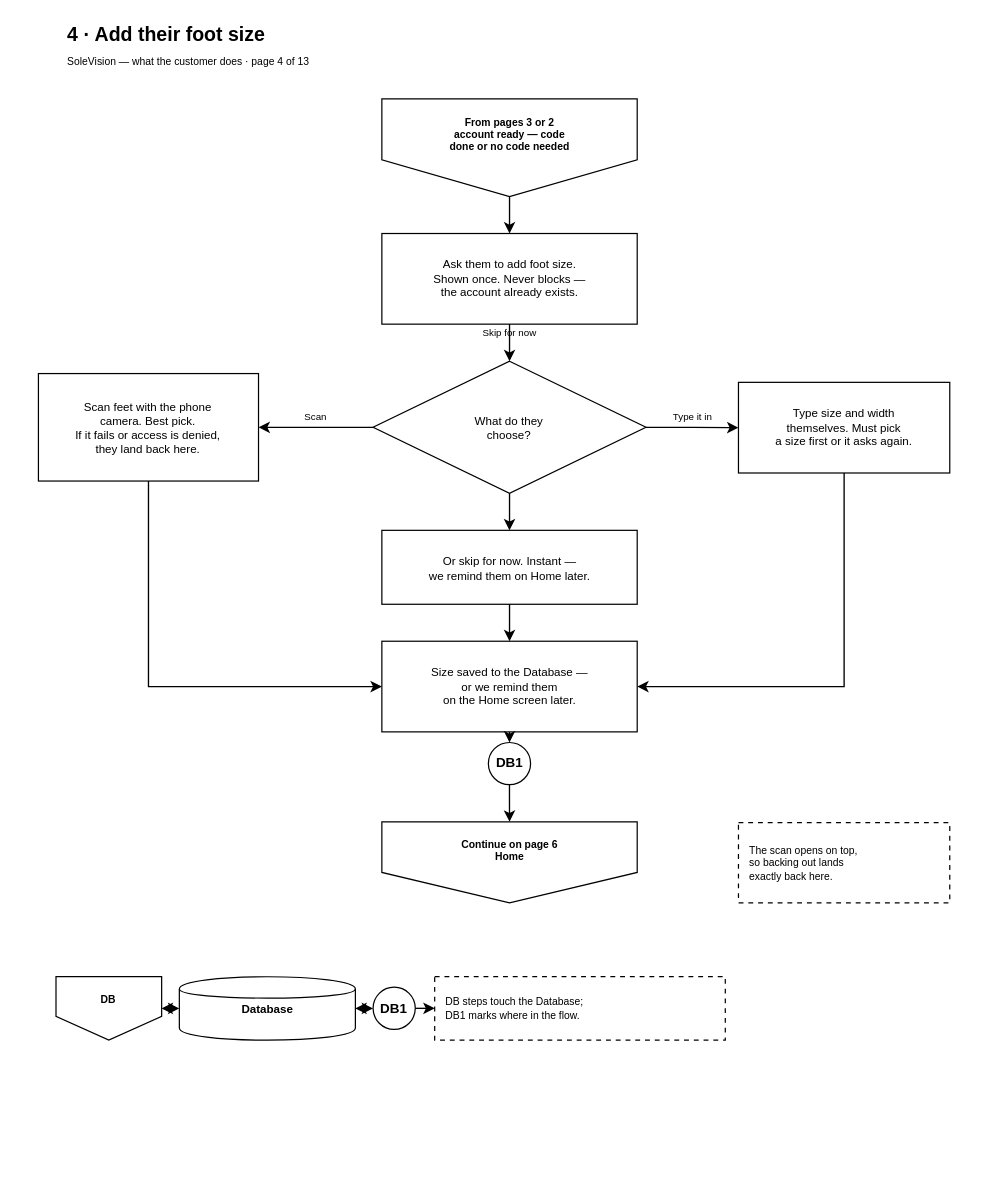
The draw.io diagram page "4 Add their foot size" (4 of 14) of docs/diagrams/customer-journey-flowchart.drawio in kibs06/CUF, before the edit. Source tidied: cells renumbered, new cells numbered last; positions are measured from the earlier drawing's top-left corner, leaving out a move shared by most shapes. Both pictures are drawn from the tidied source at 122%, with x=0, y=0 at pixel (38, 21).
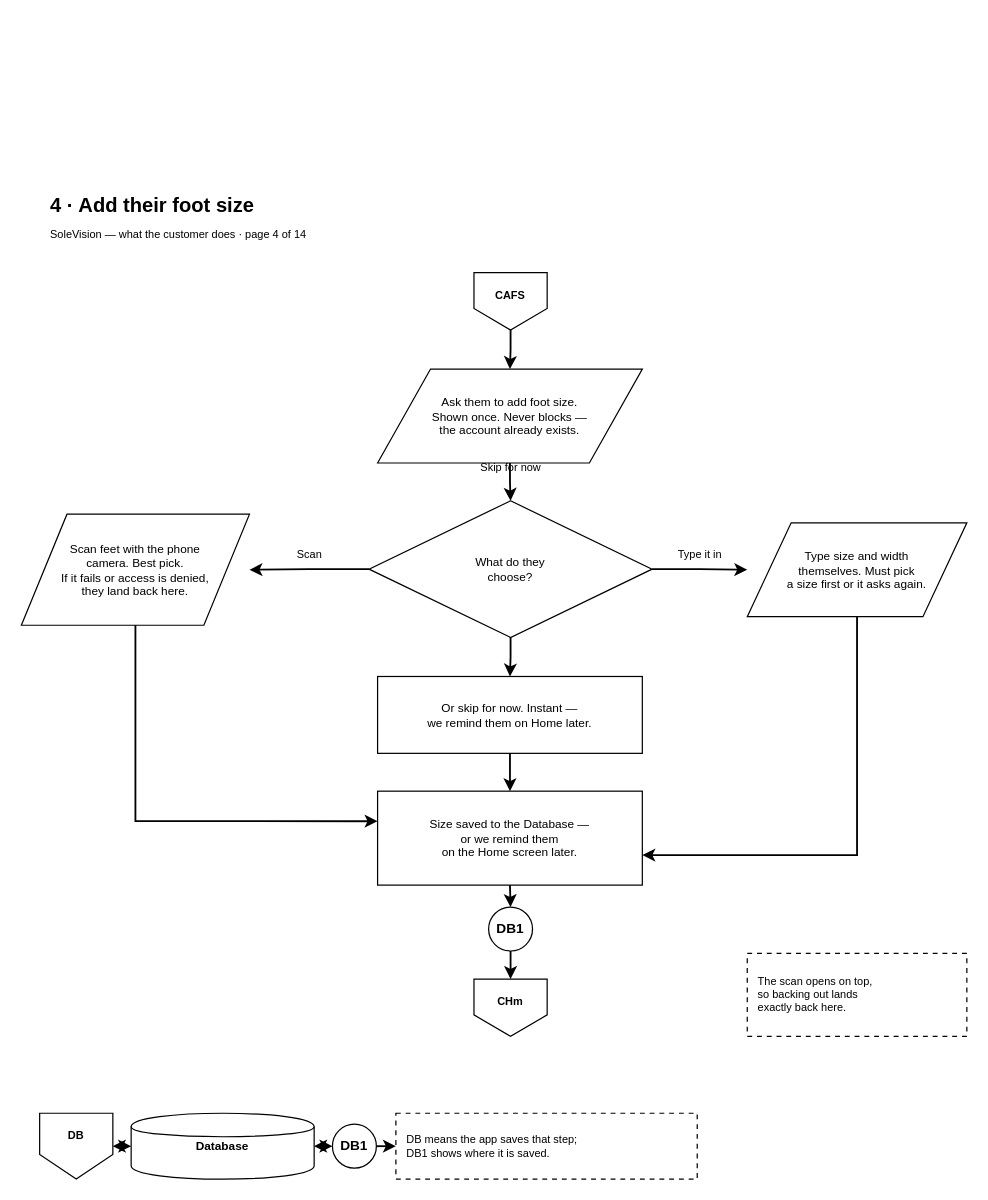
Above is the later version.

Diff of the diagram source:
```diff
@@
-    <mxCell id="2" value="From pages 3 or 2&lt;br&gt;account ready — code&lt;br&gt;done or no code needed" style="shape=offPageConnector;whiteSpace=wrap;html=1;fillColor=none;strokeColor=light-dark(#000000,#FFFFFF);fontColor=light-dark(#000000,#FFFFFF);fontSize=8.5;fontStyle=1;verticalAlign=top;spacingTop=7.2;perimeter=rectanglePerimeter;" parent="1" vertex="1">
-      <mxGeometry x="281.5" y="63.5" width="209.3" height="80.1" as="geometry" />
+    <mxCell id="2" value="CAFS" style="shape=offPageConnector;whiteSpace=wrap;html=1;fillColor=none;strokeColor=light-dark(#000000,#FFFFFF);fontColor=light-dark(#000000,#FFFFFF);fontSize=9;fontStyle=1;verticalAlign=top;spacingTop=7.5;perimeter=rectanglePerimeter;" parent="1" vertex="1">
+      <mxGeometry x="357" y="206" width="60" height="47" as="geometry" />
     </mxCell>
-    <mxCell id="3" value="Ask them to add foot size.&lt;br&gt;Shown once. Never blocks —&lt;br&gt;the account already exists." style="rounded=0;whiteSpace=wrap;html=1;fillColor=none;strokeColor=light-dark(#000000,#FFFFFF);fontColor=light-dark(#000000,#FFFFFF);fontSize=9.5;" parent="1" vertex="1">
-      <mxGeometry x="281.5" y="173.9" width="209.3" height="74.3" as="geometry" />
+    <mxCell id="3" value="Ask them to add foot size.&lt;br&gt;Shown once. Never blocks —&lt;br&gt;the account already exists." style="shape=parallelogram;whiteSpace=wrap;html=1;fillColor=none;strokeColor=light-dark(#000000,#FFFFFF);fontColor=light-dark(#000000,#FFFFFF);fontSize=9.7;perimeter=parallelogramPerimeter;" parent="1" vertex="1">
+      <mxGeometry x="278" y="285" width="217" height="77" as="geometry" />
     </mxCell>
-    <mxCell id="4" value="What do they&lt;br&gt;choose?" style="rhombus;whiteSpace=wrap;html=1;fillColor=none;strokeColor=light-dark(#000000,#FFFFFF);fontColor=light-dark(#000000,#FFFFFF);fontSize=9.5;perimeter=rhombusPerimeter;" parent="1" vertex="1">
-      <mxGeometry x="274.3" y="278.6" width="223.7" height="108.3" as="geometry" />
+    <mxCell id="4" value="What do they&lt;br&gt;choose?" style="rhombus;whiteSpace=wrap;html=1;fillColor=none;strokeColor=light-dark(#000000,#FFFFFF);fontColor=light-dark(#000000,#FFFFFF);fontSize=9.7;perimeter=rhombusPerimeter;" parent="1" vertex="1">
+      <mxGeometry x="271" y="393" width="232" height="112" as="geometry" />
     </mxCell>
-    <mxCell id="5" value="Scan feet with the phone&lt;br&gt;camera. Best pick.&lt;br&gt;If it fails or access is denied,&lt;br&gt;they land back here." style="rounded=0;whiteSpace=wrap;html=1;fillColor=none;strokeColor=light-dark(#000000,#FFFFFF);fontColor=light-dark(#000000,#FFFFFF);fontSize=9.5;" parent="1" vertex="1">
-      <mxGeometry y="288.7" width="180.4" height="88.1" as="geometry" />
+    <mxCell id="5" value="Scan feet with the phone&lt;br&gt;camera. Best pick.&lt;br&gt;If it fails or access is denied,&lt;br&gt;they land back here." style="shape=parallelogram;whiteSpace=wrap;html=1;fillColor=none;strokeColor=light-dark(#000000,#FFFFFF);fontColor=light-dark(#000000,#FFFFFF);fontSize=9.7;perimeter=parallelogramPerimeter;" parent="1" vertex="1">
+      <mxGeometry x="-14" y="404" width="187" height="91" as="geometry" />
     </mxCell>
-    <mxCell id="6" value="Type size and width&lt;br&gt;themselves. Must pick&lt;br&gt;a size first or it asks again." style="rounded=0;whiteSpace=wrap;html=1;fillColor=none;strokeColor=light-dark(#000000,#FFFFFF);fontColor=light-dark(#000000,#FFFFFF);fontSize=9.5;" parent="1" vertex="1">
-      <mxGeometry x="573.8" y="295.9" width="173.2" height="74.3" as="geometry" />
+    <mxCell id="6" value="Type size and width&lt;br&gt;themselves. Must pick&lt;br&gt;a size first or it asks again." style="shape=parallelogram;whiteSpace=wrap;html=1;fillColor=none;strokeColor=light-dark(#000000,#FFFFFF);fontColor=light-dark(#000000,#FFFFFF);fontSize=9.7;perimeter=parallelogramPerimeter;" parent="1" vertex="1">
+      <mxGeometry x="581" y="411" width="180" height="77" as="geometry" />
     </mxCell>
-    <mxCell id="7" value="Or skip for now. Instant —&lt;br&gt;we remind them on Home later." style="rounded=0;whiteSpace=wrap;html=1;fillColor=none;strokeColor=light-dark(#000000,#FFFFFF);fontColor=light-dark(#000000,#FFFFFF);fontSize=9.5;" parent="1" vertex="1">
-      <mxGeometry x="281.5" y="417.2" width="209.3" height="60.6" as="geometry" />
+    <mxCell id="7" value="Or skip for now. Instant —&lt;br&gt;we remind them on Home later." style="rounded=0;whiteSpace=wrap;html=1;fillColor=none;strokeColor=light-dark(#000000,#FFFFFF);fontColor=light-dark(#000000,#FFFFFF);fontSize=9.7;" parent="1" vertex="1">
+      <mxGeometry x="278" y="537" width="217" height="63" as="geometry" />
     </mxCell>
-    <mxCell id="8" value="Size saved to the Database —&lt;br&gt;or we remind them&lt;br&gt;on the Home screen later." style="rounded=0;whiteSpace=wrap;html=1;fillColor=none;strokeColor=light-dark(#000000,#FFFFFF);fontColor=light-dark(#000000,#FFFFFF);fontSize=9.5;" parent="1" vertex="1">
-      <mxGeometry x="281.5" y="508.1" width="209.3" height="74.3" as="geometry" />
+    <mxCell id="8" value="Size saved to the Database —&lt;br&gt;or we remind them&lt;br&gt;on the Home screen later." style="rounded=0;whiteSpace=wrap;html=1;fillColor=none;strokeColor=light-dark(#000000,#FFFFFF);fontColor=light-dark(#000000,#FFFFFF);fontSize=9.7;" parent="1" vertex="1">
+      <mxGeometry x="278" y="631" width="217" height="77" as="geometry" />
     </mxCell>
-    <mxCell id="9" value="DB1" style="ellipse;whiteSpace=wrap;html=1;fillColor=none;strokeColor=light-dark(#000000,#FFFFFF);fontColor=light-dark(#000000,#FFFFFF);fontSize=11;fontStyle=1;perimeter=ellipsePerimeter;" parent="1" vertex="1">
-      <mxGeometry x="368.8" y="591.1" width="34.6" height="34.6" as="geometry" />
+    <mxCell id="9" value="DB1" style="ellipse;whiteSpace=wrap;html=1;fillColor=none;strokeColor=light-dark(#000000,#FFFFFF);fontColor=light-dark(#000000,#FFFFFF);fontSize=11.2;fontStyle=1;perimeter=ellipsePerimeter;" parent="1" vertex="1">
+      <mxGeometry x="369" y="726" width="36" height="36" as="geometry" />
     </mxCell>
-    <mxCell id="10" value="Continue on page 6&lt;br&gt;Home" style="shape=offPageConnector;whiteSpace=wrap;html=1;fillColor=none;strokeColor=light-dark(#000000,#FFFFFF);fontColor=light-dark(#000000,#FFFFFF);fontSize=8.5;fontStyle=1;verticalAlign=top;spacingTop=7.2;perimeter=rectanglePerimeter;" parent="1" vertex="1">
-      <mxGeometry x="281.5" y="656.1" width="209.3" height="66.4" as="geometry" />
+    <mxCell id="10" value="CHm" style="shape=offPageConnector;whiteSpace=wrap;html=1;fillColor=none;strokeColor=light-dark(#000000,#FFFFFF);fontColor=light-dark(#000000,#FFFFFF);fontSize=9;fontStyle=1;verticalAlign=top;spacingTop=7.5;perimeter=rectanglePerimeter;" parent="1" vertex="1">
+      <mxGeometry x="357" y="785" width="60" height="47" as="geometry" />
     </mxCell>
-    <mxCell id="11" value="The scan opens on top,&lt;br&gt;so backing out lands&lt;br&gt;exactly back here." style="rounded=0;whiteSpace=wrap;html=1;dashed=1;dashPattern=4 4;fillColor=none;strokeColor=light-dark(#000000,#FFFFFF);fontColor=light-dark(#000000,#FFFFFF);fontSize=8.5;align=left;verticalAlign=middle;spacingLeft=7.2;spacingRight=7.2;" parent="1" vertex="1">
-      <mxGeometry x="573.8" y="656.8" width="173.2" height="65.7" as="geometry" />
+    <mxCell id="11" value="The scan opens on top,&lt;br&gt;so backing out lands&lt;br&gt;exactly back here." style="rounded=0;whiteSpace=wrap;html=1;dashed=1;dashPattern=4 4;fillColor=none;strokeColor=light-dark(#000000,#FFFFFF);fontColor=light-dark(#000000,#FFFFFF);fontSize=9;align=left;verticalAlign=middle;spacingLeft=7.5;spacingRight=7.5;" parent="1" vertex="1">
+      <mxGeometry x="581" y="764" width="180" height="68" as="geometry" />
     </mxCell>
-    <mxCell id="12" value="DB" style="shape=offPageConnector;whiteSpace=wrap;html=1;fillColor=none;strokeColor=light-dark(#000000,#FFFFFF);fontColor=light-dark(#000000,#FFFFFF);fontSize=8.5;fontStyle=1;verticalAlign=top;spacingTop=7.2;perimeter=rectanglePerimeter;" parent="1" vertex="1">
-      <mxGeometry x="14.4" y="783.1" width="86.6" height="52" as="geometry" />
+    <mxCell id="12" value="DB" style="shape=offPageConnector;whiteSpace=wrap;html=1;fillColor=none;strokeColor=light-dark(#000000,#FFFFFF);fontColor=light-dark(#000000,#FFFFFF);fontSize=9;fontStyle=1;verticalAlign=top;spacingTop=7.5;perimeter=rectanglePerimeter;" parent="1" vertex="1">
+      <mxGeometry x="1" y="895" width="60" height="54" as="geometry" />
     </mxCell>
-    <mxCell id="13" value="Database" style="shape=cylinder;whiteSpace=wrap;html=1;fillColor=none;strokeColor=light-dark(#000000,#FFFFFF);fontColor=light-dark(#000000,#FFFFFF);fontSize=9.5;fontStyle=1;" parent="1" vertex="1">
-      <mxGeometry x="115.5" y="783.1" width="144.3" height="52" as="geometry" />
+    <mxCell id="13" value="Database" style="shape=cylinder;whiteSpace=wrap;html=1;fillColor=none;strokeColor=light-dark(#000000,#FFFFFF);fontColor=light-dark(#000000,#FFFFFF);fontSize=9.7;fontStyle=1;" parent="1" vertex="1">
+      <mxGeometry x="76" y="895" width="150" height="54" as="geometry" />
     </mxCell>
-    <mxCell id="14" value="DB1" style="ellipse;whiteSpace=wrap;html=1;fillColor=none;strokeColor=light-dark(#000000,#FFFFFF);fontColor=light-dark(#000000,#FFFFFF);fontSize=11;fontStyle=1;perimeter=ellipsePerimeter;" parent="1" vertex="1">
-      <mxGeometry x="274.3" y="791.7" width="34.6" height="34.6" as="geometry" />
+    <mxCell id="14" value="DB1" style="ellipse;whiteSpace=wrap;html=1;fillColor=none;strokeColor=light-dark(#000000,#FFFFFF);fontColor=light-dark(#000000,#FFFFFF);fontSize=11.2;fontStyle=1;perimeter=ellipsePerimeter;" parent="1" vertex="1">
+      <mxGeometry x="241" y="904" width="36" height="36" as="geometry" />
     </mxCell>
-    <mxCell id="15" value="DB steps touch the Database;&lt;br&gt;DB1 marks where in the flow." style="rounded=0;whiteSpace=wrap;html=1;dashed=1;dashPattern=4 4;fillColor=none;strokeColor=light-dark(#000000,#FFFFFF);fontColor=light-dark(#000000,#FFFFFF);fontSize=8.5;align=left;verticalAlign=middle;spacingLeft=7.2;spacingRight=7.2;" parent="1" vertex="1">
-      <mxGeometry x="324.8" y="783.1" width="238.2" height="52" as="geometry" />
+    <mxCell id="15" value="DB means the app saves that step;&lt;br&gt;DB1 shows where it is saved." style="rounded=0;whiteSpace=wrap;html=1;dashed=1;dashPattern=4 4;fillColor=none;strokeColor=light-dark(#000000,#FFFFFF);fontColor=light-dark(#000000,#FFFFFF);fontSize=9;align=left;verticalAlign=middle;spacingLeft=7.5;spacingRight=7.5;" parent="1" vertex="1">
+      <mxGeometry x="293" y="895" width="247" height="54" as="geometry" />
     </mxCell>
-    <mxCell id="16" value="4 · Add their foot size" style="text;html=1;fontSize=16;fontStyle=1;align=left;verticalAlign=middle;fontColor=light-dark(#000000,#FFFFFF);" parent="1" vertex="1">
-      <mxGeometry x="21.7" width="505.2" height="21.7" as="geometry" />
+    <mxCell id="16" value="4 · Add their foot size" style="text;html=1;fontSize=16.5;fontStyle=1;align=left;verticalAlign=middle;fontColor=light-dark(#000000,#FFFFFF);" parent="1" vertex="1">
+      <mxGeometry x="8" y="140" width="524" height="22" as="geometry" />
     </mxCell>
-    <mxCell id="17" value="SoleVision — what the customer does · page 4 of 13" style="text;html=1;fontSize=8.5;align=left;verticalAlign=middle;fontColor=light-dark(#000000,#FFFFFF);" parent="1" vertex="1">
-      <mxGeometry x="21.7" y="24.5" width="505.2" height="17.3" as="geometry" />
+    <mxCell id="17" value="SoleVision — what the customer does · page 4 of 14" style="text;html=1;fontSize=9;align=left;verticalAlign=middle;fontColor=light-dark(#000000,#FFFFFF);" parent="1" vertex="1">
+      <mxGeometry x="8" y="166" width="524" height="18" as="geometry" />
     </mxCell>
-    <mxCell id="18" style="edgeStyle=orthogonalEdgeStyle;rounded=0;html=1;endArrow=classic;endFill=1;strokeColor=light-dark(#000000,#FFFFFF);strokeWidth=1.1;fontSize=8;fontColor=light-dark(#000000,#FFFFFF);labelBackgroundColor=none;exitX=0.5;exitY=1;exitPerimeter=0;entryX=0.5;entryY=0;entryPerimeter=0;" parent="1" edge="1" source="2" target="3">
+    <mxCell id="18" style="edgeStyle=orthogonalEdgeStyle;rounded=0;html=1;endArrow=classic;endFill=1;strokeColor=light-dark(#000000,#FFFFFF);strokeWidth=1.5;fontSize=9;fontColor=light-dark(#000000,#FFFFFF);labelBackgroundColor=none;exitX=0.5;exitY=1;exitPerimeter=0;entryX=0.5;entryY=0;entryPerimeter=0;" parent="1" edge="1" source="2" target="3">
       <mxGeometry relative="1" as="geometry">
-        <mxPoint y="-8.7" as="offset" />
+        <mxPoint y="-12" as="offset" />
       </mxGeometry>
     </mxCell>
-    <mxCell id="19" value="Skip for now" style="edgeStyle=orthogonalEdgeStyle;rounded=0;html=1;endArrow=classic;endFill=1;strokeColor=light-dark(#000000,#FFFFFF);strokeWidth=1.1;fontSize=8;fontColor=light-dark(#000000,#FFFFFF);labelBackgroundColor=none;exitX=0.5;exitY=1;exitPerimeter=0;entryX=0.5;entryY=0;entryPerimeter=0;" parent="1" edge="1" source="3" target="4">
+    <mxCell id="19" value="Skip for now" style="edgeStyle=orthogonalEdgeStyle;rounded=0;html=1;endArrow=classic;endFill=1;strokeColor=light-dark(#000000,#FFFFFF);strokeWidth=1.5;fontSize=9;fontColor=light-dark(#000000,#FFFFFF);labelBackgroundColor=none;exitX=0.5;exitY=1;exitPerimeter=0;entryX=0.5;entryY=0;entryPerimeter=0;" parent="1" edge="1" source="3" target="4">
       <mxGeometry relative="1" as="geometry">
-        <mxPoint y="-8.7" as="offset" />
+        <mxPoint y="-12" as="offset" />
       </mxGeometry>
     </mxCell>
-    <mxCell id="20" value="Scan" style="edgeStyle=orthogonalEdgeStyle;rounded=0;html=1;endArrow=classic;endFill=1;strokeColor=light-dark(#000000,#FFFFFF);strokeWidth=1.1;fontSize=8;fontColor=light-dark(#000000,#FFFFFF);labelBackgroundColor=none;exitX=0;exitY=0.5;exitPerimeter=0;entryX=1;entryY=0.5;entryPerimeter=0;" parent="1" edge="1" source="4" target="5">
+    <mxCell id="20" value="Scan" style="edgeStyle=orthogonalEdgeStyle;rounded=0;html=1;endArrow=classic;endFill=1;strokeColor=light-dark(#000000,#FFFFFF);strokeWidth=1.5;fontSize=9;fontColor=light-dark(#000000,#FFFFFF);labelBackgroundColor=none;exitX=0;exitY=0.5;exitPerimeter=0;entryX=1;entryY=0.5;entryPerimeter=0;" parent="1" edge="1" source="4" target="5">
       <mxGeometry relative="1" as="geometry">
-        <mxPoint y="-8.7" as="offset" />
+        <mxPoint y="-12" as="offset" />
       </mxGeometry>
     </mxCell>
-    <mxCell id="21" value="Type it in" style="edgeStyle=orthogonalEdgeStyle;rounded=0;html=1;endArrow=classic;endFill=1;strokeColor=light-dark(#000000,#FFFFFF);strokeWidth=1.1;fontSize=8;fontColor=light-dark(#000000,#FFFFFF);labelBackgroundColor=none;exitX=1;exitY=0.5;exitPerimeter=0;entryX=0;entryY=0.5;entryPerimeter=0;" parent="1" edge="1" source="4" target="6">
+    <mxCell id="21" value="Type it in" style="edgeStyle=orthogonalEdgeStyle;rounded=0;html=1;endArrow=classic;endFill=1;strokeColor=light-dark(#000000,#FFFFFF);strokeWidth=1.5;fontSize=9;fontColor=light-dark(#000000,#FFFFFF);labelBackgroundColor=none;exitX=1;exitY=0.5;exitPerimeter=0;entryX=0;entryY=0.5;entryPerimeter=0;" parent="1" edge="1" source="4" target="6">
       <mxGeometry relative="1" as="geometry">
-        <mxPoint y="-8.7" as="offset" />
+        <mxPoint y="-12" as="offset" />
       </mxGeometry>
     </mxCell>
-    <mxCell id="22" style="edgeStyle=orthogonalEdgeStyle;rounded=0;html=1;endArrow=classic;endFill=1;strokeColor=light-dark(#000000,#FFFFFF);strokeWidth=1.1;fontSize=8;fontColor=light-dark(#000000,#FFFFFF);labelBackgroundColor=none;exitX=0.5;exitY=1;exitPerimeter=0;entryX=0.5;entryY=0;entryPerimeter=0;" parent="1" edge="1" source="4" target="7">
+    <mxCell id="22" style="edgeStyle=orthogonalEdgeStyle;rounded=0;html=1;endArrow=classic;endFill=1;strokeColor=light-dark(#000000,#FFFFFF);strokeWidth=1.5;fontSize=9;fontColor=light-dark(#000000,#FFFFFF);labelBackgroundColor=none;exitX=0.5;exitY=1;exitPerimeter=0;entryX=0.5;entryY=0;entryPerimeter=0;" parent="1" edge="1" source="4" target="7">
       <mxGeometry relative="1" as="geometry">
-        <mxPoint y="-8.7" as="offset" />
+        <mxPoint y="-12" as="offset" />
       </mxGeometry>
     </mxCell>
-    <mxCell id="23" style="edgeStyle=orthogonalEdgeStyle;rounded=0;html=1;endArrow=classic;endFill=1;strokeColor=light-dark(#000000,#FFFFFF);strokeWidth=1.1;fontSize=8;fontColor=light-dark(#000000,#FFFFFF);labelBackgroundColor=none;exitX=0.5;exitY=1;exitPerimeter=0;entryX=0.5;entryY=0;entryPerimeter=0;" parent="1" edge="1" source="7" target="8">
+    <mxCell id="23" style="edgeStyle=orthogonalEdgeStyle;rounded=0;html=1;endArrow=classic;endFill=1;strokeColor=light-dark(#000000,#FFFFFF);strokeWidth=1.5;fontSize=9;fontColor=light-dark(#000000,#FFFFFF);labelBackgroundColor=none;exitX=0.5;exitY=1;exitPerimeter=0;entryX=0.5;entryY=0;entryPerimeter=0;" parent="1" edge="1" source="7" target="8">
       <mxGeometry relative="1" as="geometry">
-        <mxPoint y="-8.7" as="offset" />
+        <mxPoint y="-12" as="offset" />
       </mxGeometry>
     </mxCell>
-    <mxCell id="24" style="edgeStyle=orthogonalEdgeStyle;rounded=0;html=1;endArrow=classic;endFill=1;strokeColor=light-dark(#000000,#FFFFFF);strokeWidth=1.1;fontSize=8;fontColor=light-dark(#000000,#FFFFFF);labelBackgroundColor=none;exitX=0.5;exitY=1;exitPerimeter=0;entryX=0.5;entryY=0;entryPerimeter=0;" parent="1" edge="1" source="8" target="9">
+    <mxCell id="24" style="edgeStyle=orthogonalEdgeStyle;rounded=0;html=1;endArrow=classic;endFill=1;strokeColor=light-dark(#000000,#FFFFFF);strokeWidth=1.5;fontSize=9;fontColor=light-dark(#000000,#FFFFFF);labelBackgroundColor=none;exitX=0.5;exitY=1;exitPerimeter=0;entryX=0.5;entryY=0;entryPerimeter=0;" parent="1" edge="1" source="8" target="9">
       <mxGeometry relative="1" as="geometry">
-        <mxPoint y="-8.7" as="offset" />
+        <mxPoint y="-12" as="offset" />
       </mxGeometry>
     </mxCell>
-    <mxCell id="25" style="edgeStyle=orthogonalEdgeStyle;rounded=0;html=1;endArrow=classic;endFill=1;strokeColor=light-dark(#000000,#FFFFFF);strokeWidth=1.1;fontSize=8;fontColor=light-dark(#000000,#FFFFFF);labelBackgroundColor=none;exitX=0.5;exitY=1;exitPerimeter=0;entryX=0;entryY=0.5;entryPerimeter=0;" parent="1" edge="1" source="5" target="8">
+    <mxCell id="25" style="edgeStyle=orthogonalEdgeStyle;rounded=0;html=1;endArrow=classic;endFill=1;strokeColor=light-dark(#000000,#FFFFFF);strokeWidth=1.5;fontSize=9;fontColor=light-dark(#000000,#FFFFFF);labelBackgroundColor=none;exitX=0.5;exitY=1;exitPerimeter=0;entryX=0;entryY=0.32;entryPerimeter=0;" parent="1" edge="1" source="5" target="8">
       <mxGeometry relative="1" as="geometry">
+        <Array as="points">
+          <mxPoint x="80" y="656" />
+        </Array>
         <mxPoint y="-12" as="offset" />
       </mxGeometry>
     </mxCell>
-    <mxCell id="26" style="edgeStyle=orthogonalEdgeStyle;rounded=0;html=1;endArrow=classic;endFill=1;strokeColor=light-dark(#000000,#FFFFFF);strokeWidth=1.1;fontSize=8;fontColor=light-dark(#000000,#FFFFFF);labelBackgroundColor=none;exitX=0.5;exitY=1;exitPerimeter=0;entryX=1;entryY=0.5;entryPerimeter=0;" parent="1" edge="1" source="6" target="8">
+    <mxCell id="26" style="edgeStyle=orthogonalEdgeStyle;rounded=0;html=1;endArrow=classic;endFill=1;strokeColor=light-dark(#000000,#FFFFFF);strokeWidth=1.5;fontSize=9;fontColor=light-dark(#000000,#FFFFFF);labelBackgroundColor=none;exitX=0.5;exitY=1;exitPerimeter=0;entryX=1;entryY=0.68;entryPerimeter=0;" parent="1" edge="1" source="6" target="8">
       <mxGeometry relative="1" as="geometry">
+        <Array as="points">
+          <mxPoint x="671" y="684" />
+        </Array>
         <mxPoint y="-12" as="offset" />
       </mxGeometry>
     </mxCell>
-    <mxCell id="27" style="edgeStyle=orthogonalEdgeStyle;rounded=0;html=1;endArrow=classic;endFill=1;strokeColor=light-dark(#000000,#FFFFFF);strokeWidth=1.1;fontSize=8;fontColor=light-dark(#000000,#FFFFFF);labelBackgroundColor=none;exitX=0.5;exitY=1;exitPerimeter=0;entryX=0.5;entryY=0;entryPerimeter=0;" parent="1" edge="1" source="9" target="10">
+    <mxCell id="27" style="edgeStyle=orthogonalEdgeStyle;rounded=0;html=1;endArrow=classic;endFill=1;strokeColor=light-dark(#000000,#FFFFFF);strokeWidth=1.5;fontSize=9;fontColor=light-dark(#000000,#FFFFFF);labelBackgroundColor=none;exitX=0.5;exitY=1;exitPerimeter=0;entryX=0.5;entryY=0;entryPerimeter=0;" parent="1" edge="1" source="9" target="10">
       <mxGeometry relative="1" as="geometry">
-        <mxPoint y="-8.7" as="offset" />
+        <mxPoint y="-12" as="offset" />
       </mxGeometry>
     </mxCell>
-    <mxCell id="28" style="edgeStyle=orthogonalEdgeStyle;rounded=0;html=1;endArrow=classic;endFill=1;strokeColor=light-dark(#000000,#FFFFFF);strokeWidth=1.1;fontSize=8;fontColor=light-dark(#000000,#FFFFFF);labelBackgroundColor=none;exitX=1;exitY=0.5;exitPerimeter=0;entryX=0;entryY=0.5;entryPerimeter=0;startArrow=classic;startFill=1;" parent="1" edge="1" source="12" target="13">
+    <mxCell id="28" style="edgeStyle=orthogonalEdgeStyle;rounded=0;html=1;endArrow=classic;endFill=1;strokeColor=light-dark(#000000,#FFFFFF);strokeWidth=1.5;fontSize=9;fontColor=light-dark(#000000,#FFFFFF);labelBackgroundColor=none;exitX=1;exitY=0.5;exitPerimeter=0;entryX=0;entryY=0.5;entryPerimeter=0;startArrow=classic;startFill=1;" parent="1" edge="1" source="12" target="13">
       <mxGeometry relative="1" as="geometry">
-        <mxPoint y="-8.7" as="offset" />
+        <mxPoint y="-12" as="offset" />
       </mxGeometry>
     </mxCell>
-    <mxCell id="29" style="edgeStyle=orthogonalEdgeStyle;rounded=0;html=1;endArrow=classic;endFill=1;strokeColor=light-dark(#000000,#FFFFFF);strokeWidth=1.1;fontSize=8;fontColor=light-dark(#000000,#FFFFFF);labelBackgroundColor=none;exitX=1;exitY=0.5;exitPerimeter=0;entryX=0;entryY=0.5;entryPerimeter=0;startArrow=classic;startFill=1;" parent="1" edge="1" source="13" target="14">
+    <mxCell id="29" style="edgeStyle=orthogonalEdgeStyle;rounded=0;html=1;endArrow=classic;endFill=1;strokeColor=light-dark(#000000,#FFFFFF);strokeWidth=1.5;fontSize=9;fontColor=light-dark(#000000,#FFFFFF);labelBackgroundColor=none;exitX=1;exitY=0.5;exitPerimeter=0;entryX=0;entryY=0.5;entryPerimeter=0;startArrow=classic;startFill=1;" parent="1" edge="1" source="13" target="14">
       <mxGeometry relative="1" as="geometry">
-        <mxPoint y="-8.7" as="offset" />
+        <mxPoint y="-12" as="offset" />
       </mxGeometry>
     </mxCell>
-    <mxCell id="30" style="edgeStyle=orthogonalEdgeStyle;rounded=0;html=1;endArrow=classic;endFill=1;strokeColor=light-dark(#000000,#FFFFFF);strokeWidth=1.1;fontSize=8;fontColor=light-dark(#000000,#FFFFFF);labelBackgroundColor=none;exitX=1;exitY=0.5;exitPerimeter=0;entryX=0;entryY=0.5;entryPerimeter=0;" parent="1" edge="1" source="14" target="15">
+    <mxCell id="30" style="edgeStyle=orthogonalEdgeStyle;rounded=0;html=1;endArrow=classic;endFill=1;strokeColor=light-dark(#000000,#FFFFFF);strokeWidth=1.5;fontSize=9;fontColor=light-dark(#000000,#FFFFFF);labelBackgroundColor=none;exitX=1;exitY=0.5;exitPerimeter=0;entryX=0;entryY=0.5;entryPerimeter=0;" parent="1" edge="1" source="14" target="15">
       <mxGeometry relative="1" as="geometry">
-        <mxPoint y="-8.7" as="offset" />
+        <mxPoint y="-12" as="offset" />
       </mxGeometry>
     </mxCell>
```
